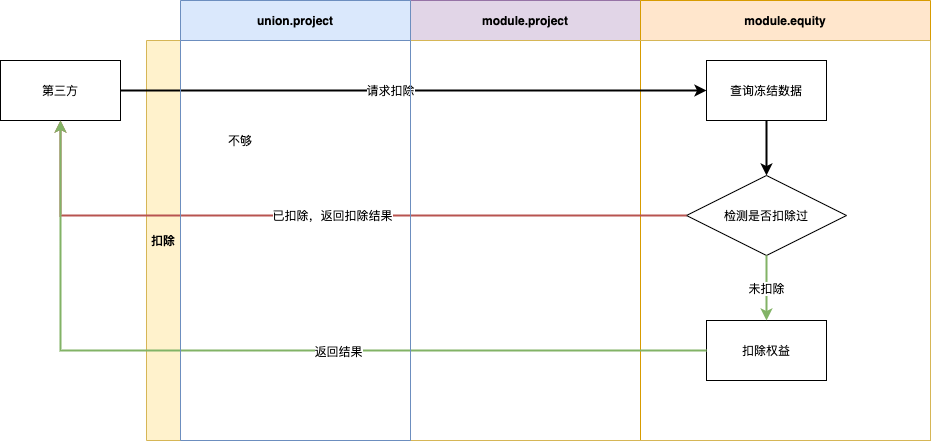
Earlier version of the draw.io export 扣款.png (zuoqiang320/uniondrug). Source tidied: cells renumbered, new cells last; positions are measured from the earlier drawing's top-left corner, leaving out a move shared by most shapes.
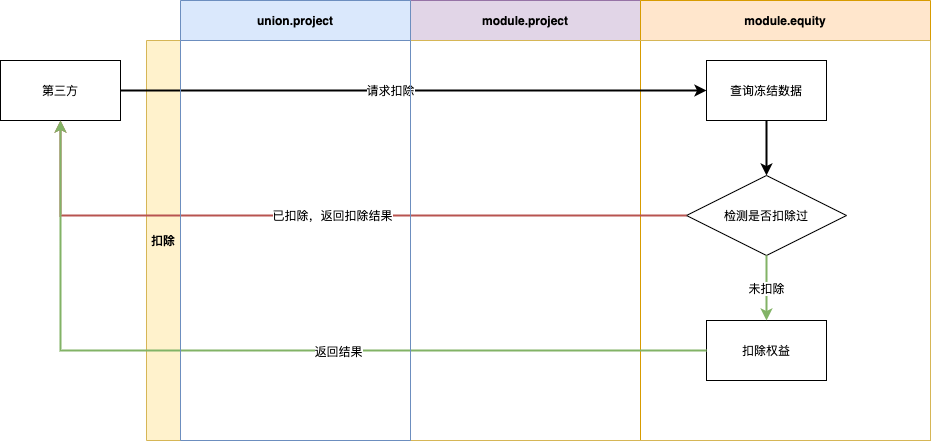
After the commit.

What changed in the source:
```diff
@@ -50,8 +50,5 @@
     <mxCell id="17" value="union.project" style="swimlane;startSize=40;fillColor=#dae8fc;strokeColor=#6c8ebf;" parent="1" vertex="1">
       <mxGeometry x="180" width="230" height="440" as="geometry" />
     </mxCell>
-    <mxCell id="18" value="不够" style="text;html=1;strokeColor=none;fillColor=none;align=center;verticalAlign=middle;whiteSpace=wrap;rounded=0;" parent="17" vertex="1">
-      <mxGeometry x="40" y="130" width="40" height="20" as="geometry" />
-    </mxCell>
   </root>
 </mxGraphModel>
```
